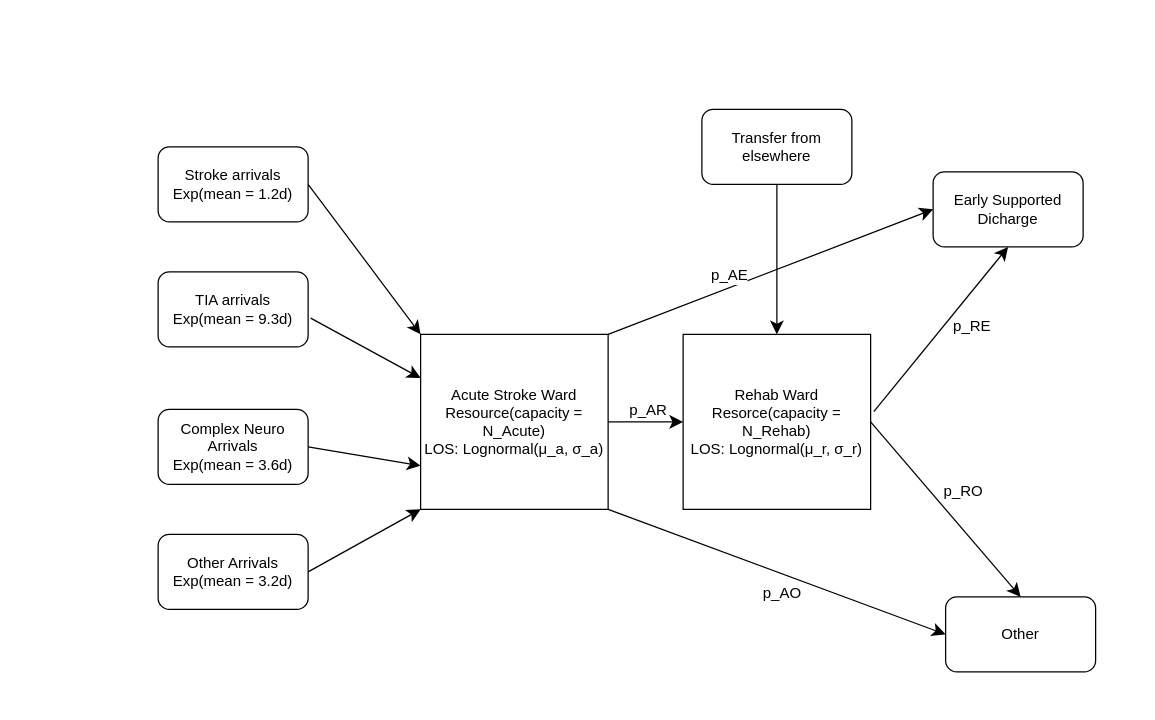
This is assets/figures/fig1.drawio from nyberry/HDPM097, a draw.io file, before an edit. Source tidied: cells renumbered, new cells numbered last; positions are measured from the earlier drawing's top-left corner, leaving out a move shared by most shapes. Both pictures are drawn from the tidied source at 125%, with x=0, y=0 at pixel (158, 109).
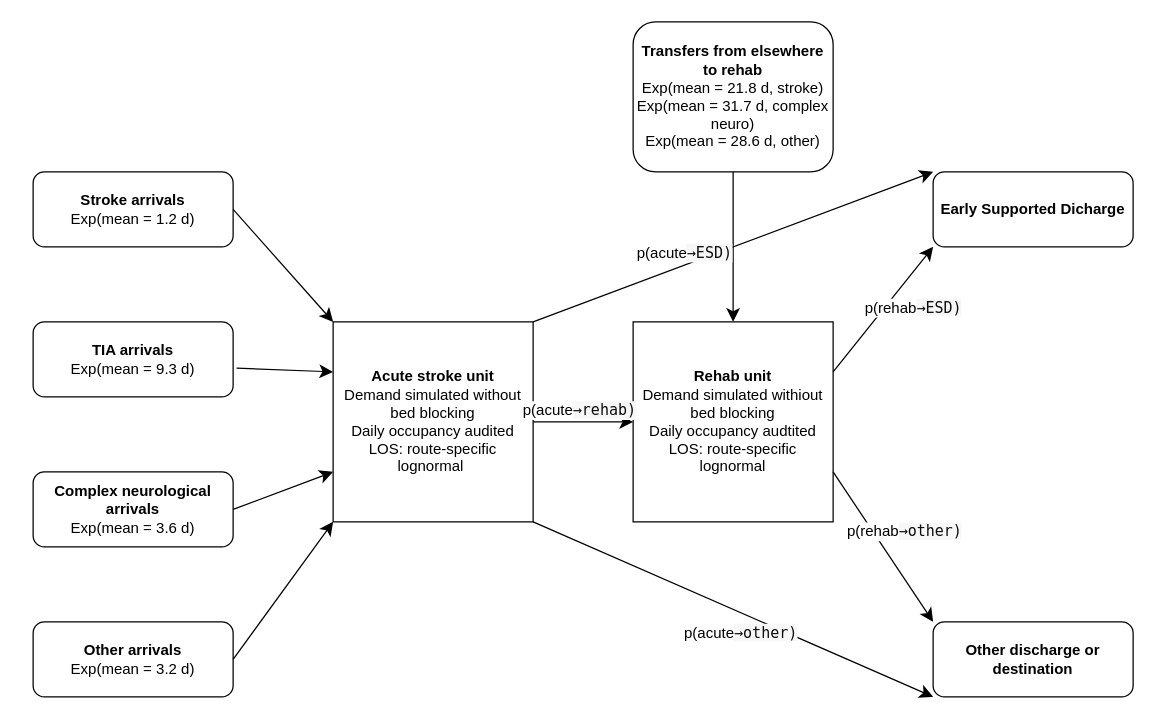
Above is the later version.

Commit message (it also covers changes not shown here):
update logic diagram to reflect terms used in recreated model

Change to the diagram source:
```diff
@@
-    <mxCell id="2" value="Stroke arrivals&lt;div&gt;Exp(mean = 1.2d)&lt;/div&gt;" style="rounded=1;whiteSpace=wrap;html=1;" parent="1" vertex="1">
-      <mxGeometry y="30" width="120" height="60" as="geometry" />
-    </mxCell>
-    <mxCell id="3" value="TIA arrivals&lt;div&gt;Exp(mean = 9.3d)&lt;/div&gt;" style="rounded=1;whiteSpace=wrap;html=1;" parent="1" vertex="1">
-      <mxGeometry y="130" width="120" height="60" as="geometry" />
-    </mxCell>
-    <mxCell id="4" value="Complex Neuro Arrivals&lt;div&gt;Exp(mean = 3.6d)&lt;/div&gt;" style="rounded=1;whiteSpace=wrap;html=1;" parent="1" vertex="1">
-      <mxGeometry y="240" width="120" height="60" as="geometry" />
-    </mxCell>
-    <mxCell id="5" value="Other Arrivals&lt;div&gt;Exp(mean = 3.2d)&lt;/div&gt;" style="rounded=1;whiteSpace=wrap;html=1;" parent="1" vertex="1">
-      <mxGeometry y="340" width="120" height="60" as="geometry" />
-    </mxCell>
-    <mxCell id="6" value="Acute Stroke Ward&lt;div&gt;Resource(capacity = N_Acute)&lt;/div&gt;&lt;div&gt;LOS: Lognormal(&lt;span style=&quot;background-color: transparent; color: light-dark(rgb(0, 0, 0), rgb(255, 255, 255));&quot;&gt;μ_a, σ_a)&lt;/span&gt;&lt;/div&gt;" style="rounded=0;whiteSpace=wrap;html=1;" parent="1" vertex="1">
-      <mxGeometry x="210" y="180" width="150" height="140" as="geometry" />
-    </mxCell>
-    <mxCell id="7" value="Rehab Ward&lt;div&gt;Resorce(capacity = N_Rehab)&lt;/div&gt;&lt;div&gt;LOS: Lognormal(&lt;span style=&quot;background-color: transparent; color: light-dark(rgb(0, 0, 0), rgb(255, 255, 255));&quot;&gt;μ_r, σ_r)&lt;/span&gt;&lt;/div&gt;" style="rounded=0;whiteSpace=wrap;html=1;" parent="1" vertex="1">
-      <mxGeometry x="420" y="180" width="150" height="140" as="geometry" />
-    </mxCell>
+    <mxCell id="26" value="&lt;b&gt;Stroke arrivals&lt;/b&gt;&lt;div&gt;Exp(mean = 1.2 d)&lt;/div&gt;" style="rounded=1;whiteSpace=wrap;html=1;" parent="1" vertex="1">
+      <mxGeometry x="-100" y="50" width="160" height="60" as="geometry" />
+    </mxCell>
+    <mxCell id="27" value="&lt;b&gt;TIA arrivals&lt;/b&gt;&lt;div&gt;Exp(mean = 9.3 d)&lt;/div&gt;" style="rounded=1;whiteSpace=wrap;html=1;" parent="1" vertex="1">
+      <mxGeometry x="-100" y="170" width="160" height="60" as="geometry" />
+    </mxCell>
+    <mxCell id="28" value="&lt;b&gt;Complex neurological arrivals&lt;/b&gt;&lt;div&gt;Exp(mean = 3.6 d)&lt;/div&gt;" style="rounded=1;whiteSpace=wrap;html=1;" parent="1" vertex="1">
+      <mxGeometry x="-100" y="290" width="160" height="60" as="geometry" />
+    </mxCell>
+    <mxCell id="29" value="&lt;b&gt;Other arrivals&lt;/b&gt;&lt;div&gt;Exp(mean = 3.2 d)&lt;/div&gt;" style="rounded=1;whiteSpace=wrap;html=1;" parent="1" vertex="1">
+      <mxGeometry x="-100" y="410" width="160" height="60" as="geometry" />
+    </mxCell>
+    <mxCell id="30" value="&lt;b&gt;Acute stroke unit&lt;/b&gt;&lt;div&gt;&lt;div&gt;Demand simulated without bed blocking&lt;/div&gt;&lt;div&gt;Daily occupancy audited&lt;/div&gt;&lt;div&gt;LOS: route-specific lognormal&amp;nbsp;&lt;/div&gt;&lt;/div&gt;" style="rounded=0;whiteSpace=wrap;html=1;" parent="1" vertex="1">
+      <mxGeometry x="140" y="170" width="160" height="160" as="geometry" />
+    </mxCell>
+    <mxCell id="31" value="&lt;b&gt;Rehab unit&lt;/b&gt;&lt;div&gt;Demand simulated withiout bed blocking&lt;/div&gt;&lt;div&gt;Daily occupancy audtited&lt;/div&gt;&lt;div&gt;LOS: route-specific lognormal&lt;/div&gt;" style="rounded=0;whiteSpace=wrap;html=1;" parent="1" vertex="1">
+      <mxGeometry x="380" y="170" width="160" height="160" as="geometry" />
+    </mxCell>
-    <mxCell id="8" value="Early Supported Dicharge" style="rounded=1;whiteSpace=wrap;html=1;" parent="1" vertex="1">
-      <mxGeometry x="620" y="50" width="120" height="60" as="geometry" />
+    <mxCell id="8" value="&lt;b&gt;Early Supported Dicharge&lt;/b&gt;" style="rounded=1;whiteSpace=wrap;html=1;" parent="1" vertex="1">
+      <mxGeometry x="620" y="50" width="160" height="60" as="geometry" />
     </mxCell>
-    <mxCell id="9" value="Other" style="rounded=1;whiteSpace=wrap;html=1;" parent="1" vertex="1">
-      <mxGeometry x="630" y="390" width="120" height="60" as="geometry" />
-    </mxCell>
-    <mxCell id="10" style="endArrow=classic;html=1;rounded=0;fontSize=12;startSize=8;endSize=8;curved=1;exitX=1;exitY=0.5;exitDx=0;exitDy=0;entryX=0;entryY=0;entryDx=0;entryDy=0;" parent="1" edge="1" source="2" target="6">
-      <mxGeometry relative="1" as="geometry" />
-    </mxCell>
-    <mxCell id="11" style="endArrow=classic;html=1;rounded=0;fontSize=12;startSize=8;endSize=8;curved=1;exitX=1.017;exitY=0.617;exitDx=0;exitDy=0;exitPerimeter=0;entryX=0;entryY=0.25;entryDx=0;entryDy=0;" parent="1" edge="1" source="3" target="6">
-      <mxGeometry relative="1" as="geometry" />
-    </mxCell>
-    <mxCell id="12" style="endArrow=classic;html=1;rounded=0;fontSize=12;startSize=8;endSize=8;curved=1;entryX=0;entryY=0.75;entryDx=0;entryDy=0;" parent="1" edge="1" target="6">
-      <mxGeometry relative="1" as="geometry">
-        <mxPoint x="120" y="270" as="sourcePoint" />
-      </mxGeometry>
-    </mxCell>
-    <mxCell id="13" style="endArrow=classic;html=1;rounded=0;fontSize=12;startSize=8;endSize=8;curved=1;exitX=1;exitY=0.5;exitDx=0;exitDy=0;entryX=0;entryY=1;entryDx=0;entryDy=0;" parent="1" edge="1" source="5" target="6">
-      <mxGeometry relative="1" as="geometry" />
-    </mxCell>
-    <mxCell id="14" style="endArrow=classic;html=1;rounded=0;fontSize=12;startSize=8;endSize=8;curved=1;exitX=1;exitY=0.5;exitDx=0;exitDy=0;entryX=0;entryY=0.5;entryDx=0;entryDy=0;" parent="1" edge="1" source="6" target="7">
-      <mxGeometry relative="1" as="geometry" />
-    </mxCell>
-    <mxCell id="15" value="p_AR" style="edgeLabel;html=1;align=center;verticalAlign=middle;fontSize=12;" parent="14" vertex="1">
-      <mxGeometry x="-0.4" y="1" relative="1" as="geometry">
-        <mxPoint x="13" y="-9" as="offset" />
-      </mxGeometry>
-    </mxCell>
-    <mxCell id="16" value="Transfer from elsewhere" style="rounded=1;whiteSpace=wrap;html=1;" parent="1" vertex="1">
-      <mxGeometry x="435" width="120" height="60" as="geometry" />
-    </mxCell>
-    <mxCell id="17" style="endArrow=classic;html=1;rounded=0;fontSize=12;startSize=8;endSize=8;curved=1;exitX=0.5;exitY=1;exitDx=0;exitDy=0;" parent="1" edge="1" source="16" target="7">
-      <mxGeometry relative="1" as="geometry" />
-    </mxCell>
-    <mxCell id="18" style="endArrow=classic;html=1;rounded=0;fontSize=12;startSize=8;endSize=8;curved=1;exitX=1.017;exitY=0.442;exitDx=0;exitDy=0;exitPerimeter=0;entryX=0.5;entryY=1;entryDx=0;entryDy=0;" parent="1" edge="1" source="7" target="8">
-      <mxGeometry relative="1" as="geometry" />
-    </mxCell>
-    <mxCell id="19" value="p_RE" style="edgeLabel;html=1;align=center;verticalAlign=middle;fontSize=12;" parent="18" vertex="1">
-      <mxGeometry x="0.06" y="1" relative="1" as="geometry">
-        <mxPoint x="22" y="2" as="offset" />
-      </mxGeometry>
-    </mxCell>
-    <mxCell id="20" style="endArrow=classic;html=1;rounded=0;fontSize=12;startSize=8;endSize=8;curved=1;exitX=1;exitY=0.5;exitDx=0;exitDy=0;entryX=0.5;entryY=0;entryDx=0;entryDy=0;" parent="1" edge="1" source="7" target="9">
-      <mxGeometry relative="1" as="geometry" />
-    </mxCell>
-    <mxCell id="21" value="p_RO" style="edgeLabel;html=1;align=center;verticalAlign=middle;fontSize=12;" parent="20" vertex="1">
-      <mxGeometry x="-0.17" y="4" relative="1" as="geometry">
-        <mxPoint x="20" as="offset" />
-      </mxGeometry>
-    </mxCell>
-    <mxCell id="22" style="endArrow=classic;html=1;rounded=0;fontSize=12;startSize=8;endSize=8;curved=1;exitX=1;exitY=1;exitDx=0;exitDy=0;entryX=0;entryY=0.5;entryDx=0;entryDy=0;" parent="1" edge="1" source="6" target="9">
-      <mxGeometry relative="1" as="geometry" />
-    </mxCell>
-    <mxCell id="23" value="p_AO" style="edgeLabel;html=1;align=center;verticalAlign=middle;fontSize=12;" parent="22" vertex="1">
-      <mxGeometry x="0.11" y="-2" relative="1" as="geometry">
-        <mxPoint x="-11" y="9" as="offset" />
-      </mxGeometry>
-    </mxCell>
-    <mxCell id="24" style="endArrow=classic;html=1;rounded=0;fontSize=12;startSize=8;endSize=8;curved=1;exitX=1;exitY=0;exitDx=0;exitDy=0;entryX=0;entryY=0.5;entryDx=0;entryDy=0;" parent="1" edge="1" source="6" target="8">
-      <mxGeometry relative="1" as="geometry" />
-    </mxCell>
-    <mxCell id="25" value="p_AE" style="edgeLabel;html=1;align=center;verticalAlign=middle;fontSize=12;" parent="24" vertex="1">
-      <mxGeometry x="-0.21" y="-2" relative="1" as="geometry">
-        <mxPoint x="-7" y="-10" as="offset" />
-      </mxGeometry>
-    </mxCell>
+    <mxCell id="32" value="&lt;b&gt;Other discharge or destination&lt;/b&gt;" style="rounded=1;whiteSpace=wrap;html=1;" parent="1" vertex="1">
+      <mxGeometry x="620" y="410" width="160" height="60" as="geometry" />
+    </mxCell>
+    <mxCell id="33" style="endArrow=classic;html=1;rounded=0;fontSize=12;startSize=8;endSize=8;curved=1;exitX=1;exitY=0.5;exitDx=0;exitDy=0;entryX=0;entryY=0;entryDx=0;entryDy=0;" parent="1" edge="1" source="26" target="30">
+      <mxGeometry relative="1" as="geometry" />
+    </mxCell>
+    <mxCell id="34" style="endArrow=classic;html=1;rounded=0;fontSize=12;startSize=8;endSize=8;curved=1;exitX=1.017;exitY=0.617;exitDx=0;exitDy=0;exitPerimeter=0;entryX=0;entryY=0.25;entryDx=0;entryDy=0;" parent="1" edge="1" source="27" target="30">
+      <mxGeometry relative="1" as="geometry" />
+    </mxCell>
+    <mxCell id="35" style="endArrow=classic;html=1;rounded=0;fontSize=12;startSize=8;endSize=8;curved=1;entryX=0;entryY=0.75;entryDx=0;entryDy=0;exitX=1;exitY=0.5;exitDx=0;exitDy=0;" parent="1" edge="1" source="28" target="30">
+      <mxGeometry relative="1" as="geometry" />
+    </mxCell>
+    <mxCell id="36" style="endArrow=classic;html=1;rounded=0;fontSize=12;startSize=8;endSize=8;curved=1;exitX=1;exitY=0.5;exitDx=0;exitDy=0;entryX=0;entryY=1;entryDx=0;entryDy=0;" parent="1" edge="1" source="29" target="30">
+      <mxGeometry relative="1" as="geometry" />
+    </mxCell>
+    <mxCell id="37" style="endArrow=classic;html=1;rounded=0;fontSize=12;startSize=8;endSize=8;curved=1;exitX=1;exitY=0.5;exitDx=0;exitDy=0;entryX=0;entryY=0.5;entryDx=0;entryDy=0;" parent="1" edge="1" source="30" target="31">
+      <mxGeometry relative="1" as="geometry" />
+    </mxCell>
+    <mxCell id="38" value="p(acute&lt;span style=&quot;color: rgb(13, 13, 13); font-family: ui-monospace, SFMono-Regular, &amp;quot;SF Mono&amp;quot;, Menlo, Consolas, &amp;quot;Liberation Mono&amp;quot;, monospace; text-align: start; text-wrap-mode: wrap; background-color: oklab(0.159065 0.00000723451 0.00000317395 / 0.0329412);&quot;&gt;→rehab)&lt;/span&gt;" style="edgeLabel;html=1;align=center;verticalAlign=middle;fontSize=12;" parent="37" vertex="1">
+      <mxGeometry x="-0.4" y="1" relative="1" as="geometry">
+        <mxPoint x="12" y="-9" as="offset" />
+      </mxGeometry>
+    </mxCell>
+    <mxCell id="39" value="&lt;b&gt;Transfers from elsewhere to rehab&lt;/b&gt;&lt;div&gt;Exp(mean = 21.8 d, stroke)&lt;/div&gt;&lt;div&gt;Exp(mean = 31.7 d, complex neuro)&lt;/div&gt;&lt;div&gt;Exp(mean = 28.6 d, other)&lt;/div&gt;" style="rounded=1;whiteSpace=wrap;html=1;" parent="1" vertex="1">
+      <mxGeometry x="380" y="-70" width="160" height="120" as="geometry" />
+    </mxCell>
+    <mxCell id="40" style="endArrow=classic;html=1;rounded=0;fontSize=12;startSize=8;endSize=8;curved=1;exitX=0.5;exitY=1;exitDx=0;exitDy=0;" parent="1" edge="1" source="39" target="31">
+      <mxGeometry relative="1" as="geometry" />
+    </mxCell>
+    <mxCell id="41" style="endArrow=classic;html=1;rounded=0;fontSize=12;startSize=8;endSize=8;curved=1;exitX=1;exitY=0.25;exitDx=0;exitDy=0;entryX=0;entryY=1;entryDx=0;entryDy=0;" parent="1" edge="1" source="31" target="8">
+      <mxGeometry relative="1" as="geometry" />
+    </mxCell>
+    <mxCell id="42" value="p(rehab&lt;span style=&quot;color: rgb(13, 13, 13); font-family: ui-monospace, SFMono-Regular, &amp;quot;SF Mono&amp;quot;, Menlo, Consolas, &amp;quot;Liberation Mono&amp;quot;, monospace; text-align: start; text-wrap-mode: wrap; background-color: oklab(0.159065 0.00000723451 0.00000317395 / 0.0329412);&quot;&gt;→ESD)&lt;/span&gt;" style="edgeLabel;html=1;align=center;verticalAlign=middle;fontSize=12;" parent="41" vertex="1">
+      <mxGeometry x="0.06" y="1" relative="1" as="geometry">
+        <mxPoint x="22" y="2" as="offset" />
+      </mxGeometry>
+    </mxCell>
+    <mxCell id="43" style="endArrow=classic;html=1;rounded=0;fontSize=12;startSize=8;endSize=8;curved=1;exitX=1;exitY=0.75;exitDx=0;exitDy=0;entryX=0;entryY=0;entryDx=0;entryDy=0;" parent="1" edge="1" source="31" target="32">
+      <mxGeometry relative="1" as="geometry" />
+    </mxCell>
+    <mxCell id="44" value="p(rehab&lt;span style=&quot;color: rgb(13, 13, 13); font-family: ui-monospace, SFMono-Regular, &amp;quot;SF Mono&amp;quot;, Menlo, Consolas, &amp;quot;Liberation Mono&amp;quot;, monospace; text-align: start; text-wrap-mode: wrap; background-color: oklab(0.159065 0.00000723451 0.00000317395 / 0.0329412);&quot;&gt;→other)&lt;/span&gt;" style="edgeLabel;html=1;align=center;verticalAlign=middle;fontSize=12;" parent="43" vertex="1">
+      <mxGeometry x="-0.17" y="4" relative="1" as="geometry">
+        <mxPoint x="20" as="offset" />
+      </mxGeometry>
+    </mxCell>
+    <mxCell id="45" style="endArrow=classic;html=1;rounded=0;fontSize=12;startSize=8;endSize=8;curved=1;exitX=1;exitY=1;exitDx=0;exitDy=0;entryX=0;entryY=1;entryDx=0;entryDy=0;" parent="1" edge="1" source="30" target="32">
+      <mxGeometry relative="1" as="geometry" />
+    </mxCell>
+    <mxCell id="46" value="p(acute&lt;span style=&quot;color: rgb(13, 13, 13); font-family: ui-monospace, SFMono-Regular, &amp;quot;SF Mono&amp;quot;, Menlo, Consolas, &amp;quot;Liberation Mono&amp;quot;, monospace; text-align: start; text-wrap-mode: wrap; background-color: oklab(0.159065 0.00000723451 0.00000317395 / 0.0329412);&quot;&gt;→other)&lt;/span&gt;" style="edgeLabel;html=1;align=center;verticalAlign=middle;fontSize=12;" parent="45" vertex="1">
+      <mxGeometry x="0.11" y="-2" relative="1" as="geometry">
+        <mxPoint x="-11" y="9" as="offset" />
+      </mxGeometry>
+    </mxCell>
+    <mxCell id="47" style="endArrow=classic;html=1;rounded=0;fontSize=12;startSize=8;endSize=8;curved=1;exitX=1;exitY=0;exitDx=0;exitDy=0;entryX=0;entryY=0;entryDx=0;entryDy=0;" parent="1" edge="1" source="30" target="8">
+      <mxGeometry relative="1" as="geometry" />
+    </mxCell>
+    <mxCell id="48" value="p(acute&lt;span style=&quot;color: rgb(13, 13, 13); font-family: ui-monospace, SFMono-Regular, &amp;quot;SF Mono&amp;quot;, Menlo, Consolas, &amp;quot;Liberation Mono&amp;quot;, monospace; text-align: start; text-wrap-mode: wrap; background-color: oklab(0.159065 0.00000723451 0.00000317395 / 0.0329412);&quot;&gt;→ESD)&lt;/span&gt;" style="edgeLabel;html=1;align=center;verticalAlign=middle;fontSize=12;" parent="47" vertex="1">
+      <mxGeometry x="-0.21" y="-2" relative="1" as="geometry">
+        <mxPoint x="-7" y="-10" as="offset" />
+      </mxGeometry>
+    </mxCell>
+    <mxCell id="49" style="edgeStyle=none;curved=1;rounded=0;orthogonalLoop=1;jettySize=auto;html=1;exitX=0;exitY=0.5;exitDx=0;exitDy=0;fontSize=12;startSize=8;endSize=8;" parent="1" edge="1" source="28" target="28">
+      <mxGeometry relative="1" as="geometry" />
+    </mxCell>
+    <mxCell id="50" style="edgeStyle=none;curved=1;rounded=0;orthogonalLoop=1;jettySize=auto;html=1;exitX=0;exitY=0.5;exitDx=0;exitDy=0;fontSize=12;startSize=8;endSize=8;" parent="1" edge="1" source="29" target="29">
+      <mxGeometry relative="1" as="geometry" />
+    </mxCell>
```
